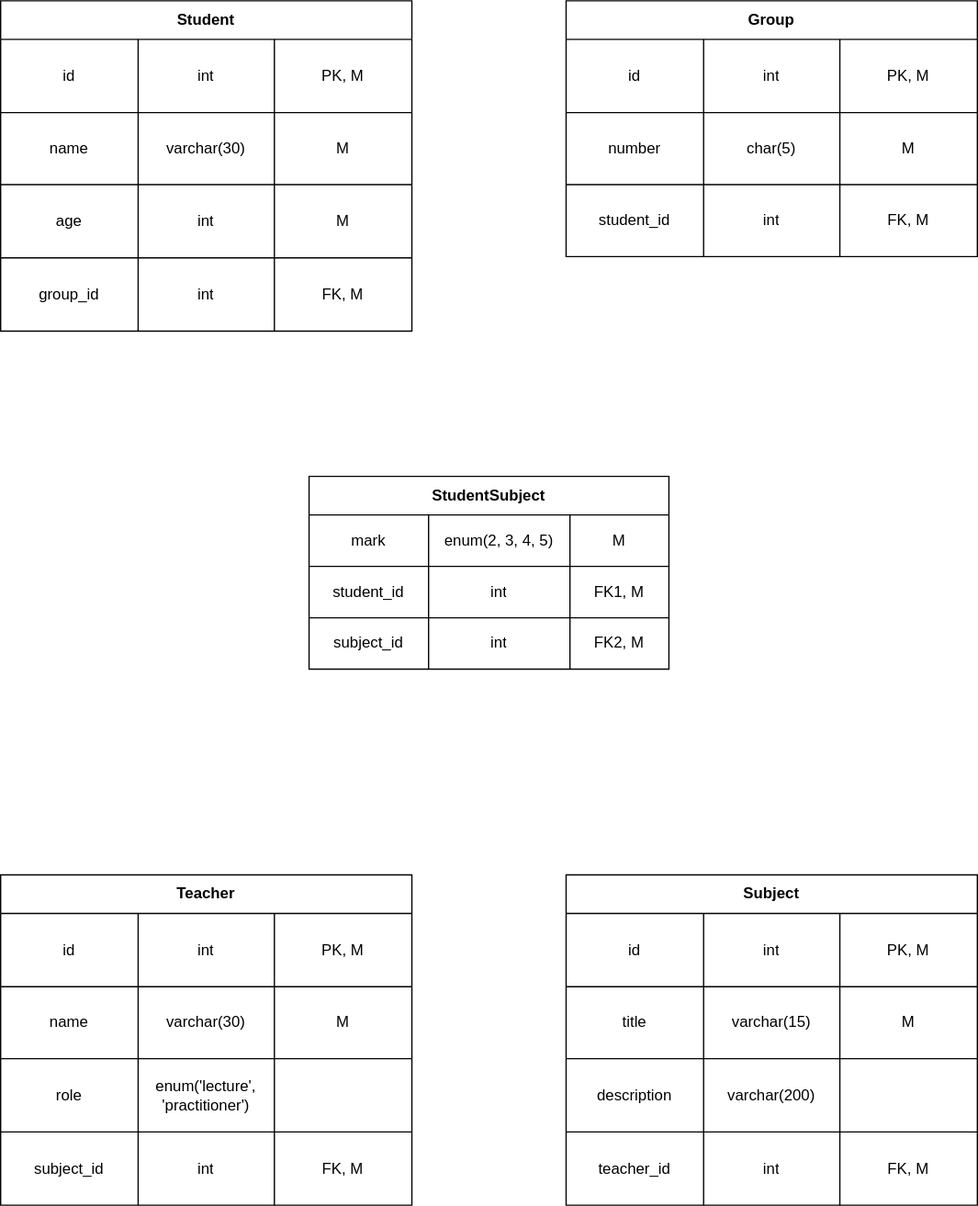
Above: Physical.svg in OlegUtusikov/DataBaseCourse (draw.io), before the change. Source tidied: cells renumbered, new cells last; positions are measured from the earlier drawing's top-left corner, leaving out a move shared by most shapes.
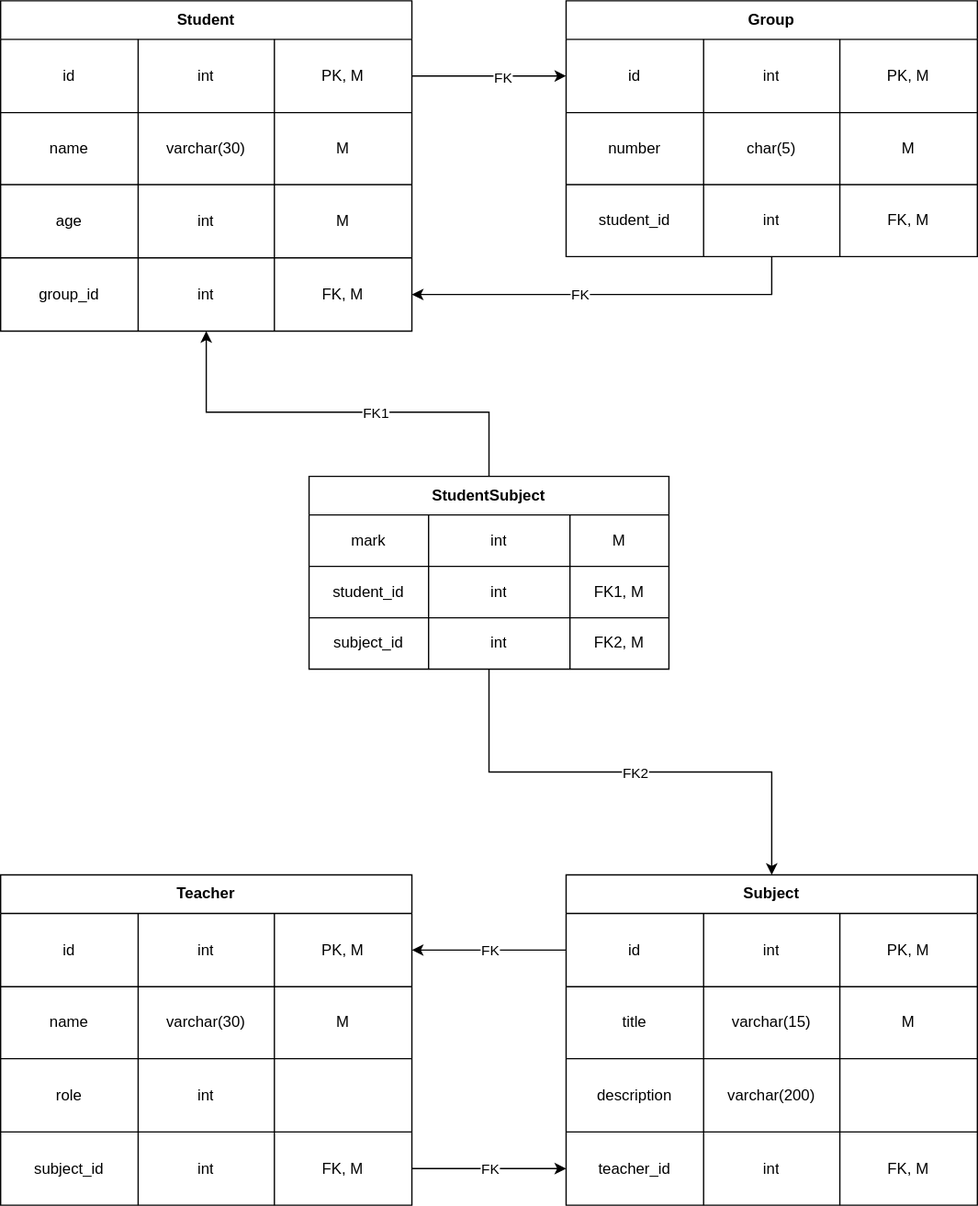
The same file after the commit.

What changed in the source:
```diff
@@ -53,6 +53,14 @@
     <mxCell id="18" value="FK, M" style="shape=partialRectangle;html=1;whiteSpace=wrap;fillColor=none;top=0;left=0;bottom=0;right=0;overflow=hidden;" parent="15" vertex="1">
       <mxGeometry x="213" width="107" height="57" as="geometry" />
     </mxCell>
+    <mxCell id="79" style="edgeStyle=orthogonalEdgeStyle;rounded=0;jettySize=auto;html=1;exitX=0.5;exitY=1;exitDx=0;exitDy=0;startArrow=none;startFill=0;endArrow=classic;endFill=1;" parent="1" edge="1" source="19" target="15">
+      <mxGeometry relative="1" as="geometry" />
+    </mxCell>
+    <mxCell id="80" value="FK" style="edgeLabel;html=1;align=center;verticalAlign=middle;" parent="79" vertex="1">
+      <mxGeometry x="0.27" y="5" relative="1" as="geometry">
+        <mxPoint x="17.5" y="-5" as="offset" />
+      </mxGeometry>
+    </mxCell>
     <mxCell id="19" value="Group" style="shape=table;html=1;whiteSpace=wrap;startSize=30;fontStyle=1;align=center;" parent="1" vertex="1">
       <mxGeometry x="440" width="320" height="199" as="geometry" />
     </mxCell>
@@ -125,7 +133,7 @@
     <mxCell id="42" value="role" style="shape=partialRectangle;html=1;whiteSpace=wrap;fillColor=none;top=0;left=0;bottom=0;right=0;overflow=hidden;" parent="41" vertex="1">
       <mxGeometry width="107" height="57" as="geometry" />
     </mxCell>
-    <mxCell id="43" value="enum('lecture', '&lt;span class=&quot;tlid-translation translation&quot; lang=&quot;en&quot;&gt;&lt;span title=&quot;&quot; class=&quot;&quot;&gt;practitioner&lt;/span&gt;&lt;/span&gt;')" style="shape=partialRectangle;html=1;whiteSpace=wrap;fillColor=none;top=0;left=0;bottom=0;right=0;overflow=hidden;" parent="41" vertex="1">
+    <mxCell id="43" value="int" style="shape=partialRectangle;html=1;whiteSpace=wrap;fillColor=none;top=0;left=0;bottom=0;right=0;overflow=hidden;" parent="41" vertex="1">
       <mxGeometry x="107" width="106" height="57" as="geometry" />
     </mxCell>
     <mxCell id="44" style="shape=partialRectangle;html=1;whiteSpace=wrap;fillColor=none;top=0;left=0;bottom=0;right=0;overflow=hidden;" parent="41" vertex="1">
@@ -194,6 +202,25 @@
     <mxCell id="65" value="FK, M" style="shape=partialRectangle;html=1;whiteSpace=wrap;fillColor=none;top=0;left=0;bottom=0;right=0;overflow=hidden;" parent="62" vertex="1">
       <mxGeometry x="213" width="107" height="57" as="geometry" />
     </mxCell>
+    <mxCell id="81" style="edgeStyle=orthogonalEdgeStyle;rounded=0;jettySize=auto;html=1;exitX=0.5;exitY=0;exitDx=0;exitDy=0;entryX=0.5;entryY=1;entryDx=0;entryDy=0;startArrow=none;startFill=0;endArrow=classic;endFill=1;" parent="1" edge="1" source="66" target="2">
+      <mxGeometry relative="1" as="geometry">
+        <Array as="points">
+          <mxPoint x="380" y="320" />
+          <mxPoint x="160" y="320" />
+        </Array>
+      </mxGeometry>
+    </mxCell>
+    <mxCell id="82" value="FK1" style="edgeLabel;html=1;align=center;verticalAlign=middle;" parent="81" vertex="1">
+      <mxGeometry x="-0.17" relative="1" as="geometry" />
+    </mxCell>
+    <mxCell id="83" style="edgeStyle=orthogonalEdgeStyle;rounded=0;jettySize=auto;html=1;exitX=0.5;exitY=1;exitDx=0;exitDy=0;entryX=0.5;entryY=0;entryDx=0;entryDy=0;startArrow=none;startFill=0;endArrow=classic;endFill=1;" parent="1" edge="1" source="66" target="49">
+      <mxGeometry relative="1" as="geometry" />
+    </mxCell>
+    <mxCell id="84" value="FK2" style="edgeLabel;html=1;align=center;verticalAlign=middle;" parent="83" vertex="1">
+      <mxGeometry x="-0.05" y="4" relative="1" as="geometry">
+        <mxPoint x="12.5" y="4" as="offset" />
+      </mxGeometry>
+    </mxCell>
     <mxCell id="66" value="StudentSubject" style="shape=table;html=1;whiteSpace=wrap;startSize=30;fontStyle=1;align=center;rounded=0;arcSize=50;" parent="1" vertex="1">
       <mxGeometry x="240" y="370" width="280" height="150" as="geometry" />
     </mxCell>
@@ -203,7 +230,7 @@
     <mxCell id="68" value="mark" style="shape=partialRectangle;html=1;whiteSpace=wrap;fillColor=none;top=0;left=0;bottom=0;right=0;overflow=hidden;" parent="67" vertex="1">
       <mxGeometry width="93" height="40" as="geometry" />
     </mxCell>
-    <mxCell id="69" value="enum(2, 3, 4, 5)" style="shape=partialRectangle;html=1;whiteSpace=wrap;fillColor=none;top=0;left=0;bottom=0;right=0;overflow=hidden;" parent="67" vertex="1">
+    <mxCell id="69" value="int" style="shape=partialRectangle;html=1;whiteSpace=wrap;fillColor=none;top=0;left=0;bottom=0;right=0;overflow=hidden;" parent="67" vertex="1">
       <mxGeometry x="93" width="110" height="40" as="geometry" />
     </mxCell>
     <mxCell id="70" value="M" style="shape=partialRectangle;html=1;whiteSpace=wrap;fillColor=none;top=0;left=0;bottom=0;right=0;overflow=hidden;" parent="67" vertex="1">
@@ -233,5 +260,29 @@
     <mxCell id="78" value="FK2, M" style="shape=partialRectangle;html=1;whiteSpace=wrap;fillColor=none;top=0;left=0;bottom=0;right=0;overflow=hidden;" parent="75" vertex="1">
       <mxGeometry x="203" width="77" height="40" as="geometry" />
     </mxCell>
+    <mxCell id="85" style="edgeStyle=orthogonalEdgeStyle;rounded=0;jettySize=auto;html=1;exitX=1;exitY=0.5;exitDx=0;exitDy=0;entryX=0;entryY=0.5;entryDx=0;entryDy=0;startArrow=none;startFill=0;endArrow=classic;endFill=1;" parent="1" edge="1" source="3" target="20">
+      <mxGeometry relative="1" as="geometry" />
+    </mxCell>
+    <mxCell id="86" value="FK" style="edgeLabel;html=1;align=center;verticalAlign=middle;" parent="85" vertex="1">
+      <mxGeometry x="0.17" relative="1" as="geometry">
+        <mxPoint y="1" as="offset" />
+      </mxGeometry>
+    </mxCell>
+    <mxCell id="87" style="edgeStyle=orthogonalEdgeStyle;rounded=0;jettySize=auto;html=1;exitX=0;exitY=0.5;exitDx=0;exitDy=0;startArrow=none;startFill=0;endArrow=classic;endFill=1;" parent="1" edge="1" source="50" target="33">
+      <mxGeometry relative="1" as="geometry" />
+    </mxCell>
+    <mxCell id="88" value="FK" style="edgeLabel;html=1;align=center;verticalAlign=middle;" parent="87" vertex="1">
+      <mxGeometry x="0.15" y="3" relative="1" as="geometry">
+        <mxPoint x="9" y="-3" as="offset" />
+      </mxGeometry>
+    </mxCell>
+    <mxCell id="89" style="edgeStyle=orthogonalEdgeStyle;rounded=0;jettySize=auto;html=1;exitX=1;exitY=0.5;exitDx=0;exitDy=0;startArrow=none;startFill=0;endArrow=classic;endFill=1;" parent="1" edge="1" source="45" target="62">
+      <mxGeometry relative="1" as="geometry" />
+    </mxCell>
+    <mxCell id="90" value="FK" style="edgeLabel;html=1;align=center;verticalAlign=middle;" parent="89" vertex="1">
+      <mxGeometry x="-0.2" y="-1" relative="1" as="geometry">
+        <mxPoint x="12" y="-1" as="offset" />
+      </mxGeometry>
+    </mxCell>
   </root>
 </mxGraphModel>
```
